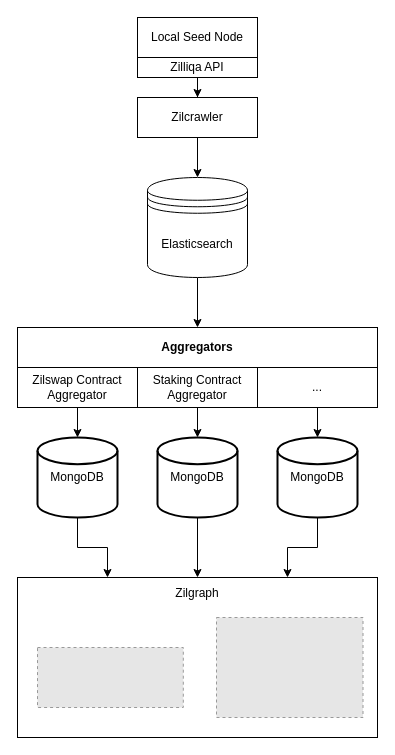
Before: page "Architecture" (1 of 3) of doc/drawio/Zilgraph.drawio in rustyqt/zilgraph, a draw.io diagram. Source tidied: cells renumbered, new cells numbered last; positions are measured from the earlier drawing's top-left corner, leaving out a move shared by most shapes. Both pictures are drawn from the tidied source at 100%, with x=0, y=0 at pixel (17, 17). Pictures stored in the file or linked from it are replaced by grey dashed boxes.
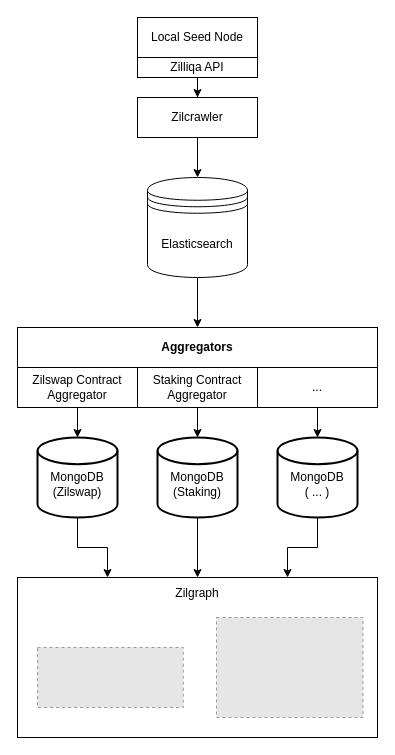
The same diagram, later.

What changed in the source:
```diff
@@
-    <mxCell id="20" value="MongoDB" style="strokeWidth=2;html=1;shape=mxgraph.flowchart.database;whiteSpace=wrap;" parent="1" vertex="1">
+    <mxCell id="20" value="&lt;br&gt;MongoDB&lt;br&gt;( ... )" style="strokeWidth=2;html=1;shape=mxgraph.flowchart.database;whiteSpace=wrap;" parent="1" vertex="1">
       <mxGeometry x="260" y="420" width="80" height="80" as="geometry" />
     </mxCell>
@@
-    <mxCell id="22" value="MongoDB" style="strokeWidth=2;html=1;shape=mxgraph.flowchart.database;whiteSpace=wrap;" parent="1" vertex="1">
+    <mxCell id="22" value="&lt;br&gt;MongoDB&lt;br&gt;(Staking)" style="strokeWidth=2;html=1;shape=mxgraph.flowchart.database;whiteSpace=wrap;" parent="1" vertex="1">
       <mxGeometry x="140" y="420" width="80" height="80" as="geometry" />
     </mxCell>
@@
-    <mxCell id="24" value="MongoDB" style="strokeWidth=2;html=1;shape=mxgraph.flowchart.database;whiteSpace=wrap;" parent="1" vertex="1">
+    <mxCell id="24" value="&lt;br&gt;MongoDB&lt;br&gt;(Zilswap)" style="strokeWidth=2;html=1;shape=mxgraph.flowchart.database;whiteSpace=wrap;" parent="1" vertex="1">
       <mxGeometry x="20" y="420" width="80" height="80" as="geometry" />
     </mxCell>
```
